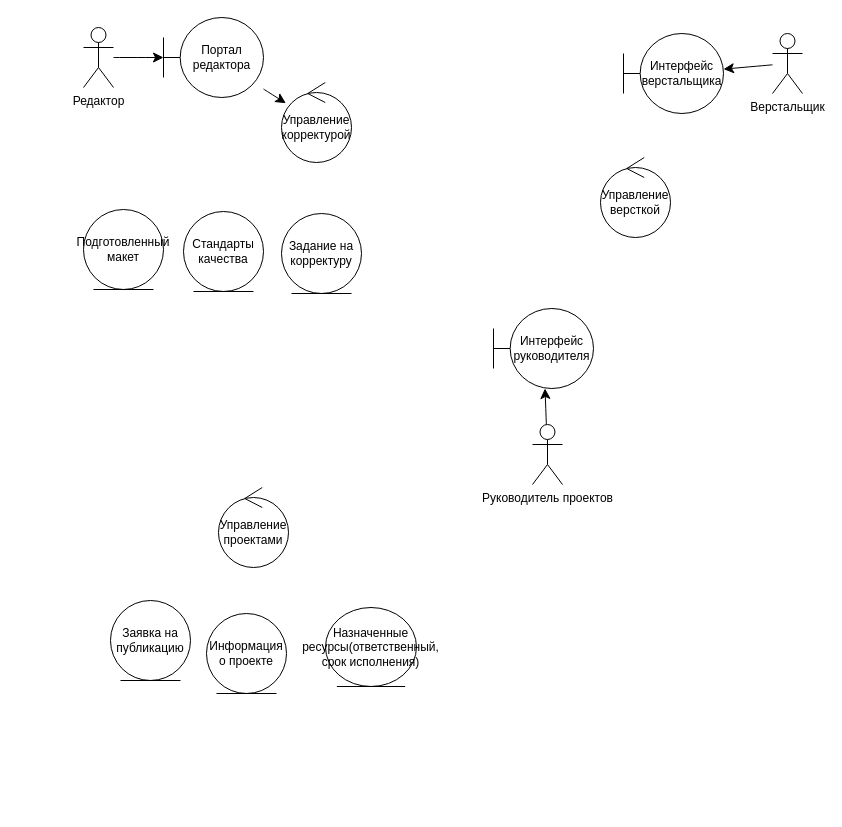
Before: ortps_4_0.drawio in danaddi/draw.io, a draw.io diagram. Source tidied: cells renumbered, new cells numbered last; positions are measured from the earlier drawing's top-left corner, leaving out a move shared by most shapes. Both pictures are drawn from the tidied source at 100%, with x=0, y=0 at pixel (83, 17).
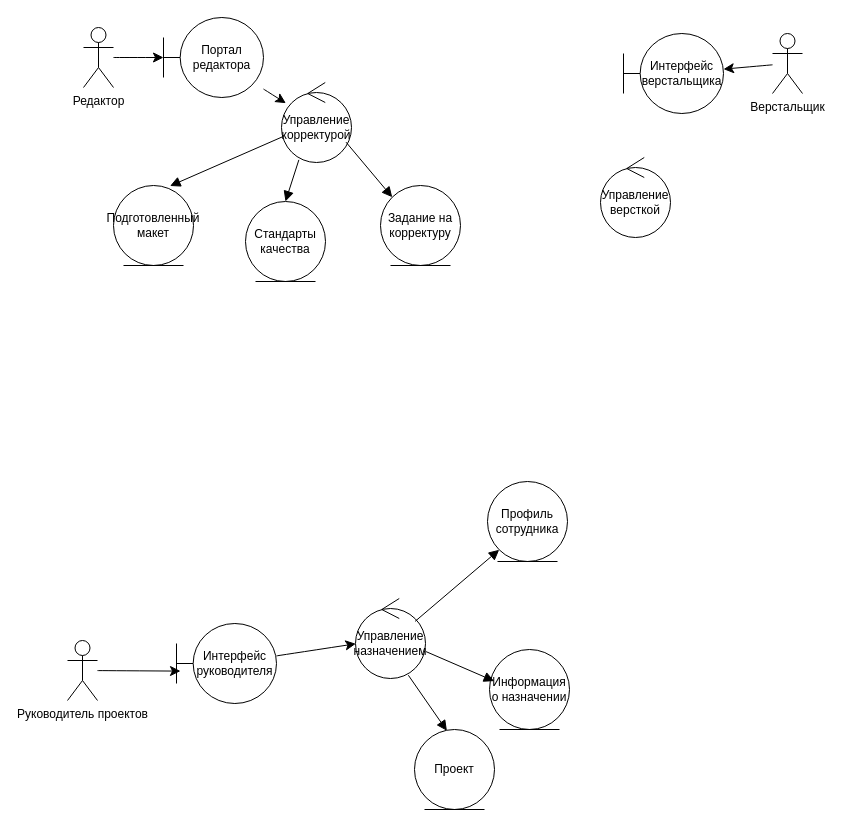
Above is the later version.

The change refers to these unchanged cells:
```xml
<mxCell id="16" value="Управление корректурой" style="ellipse;shape=umlControl;whiteSpace=wrap;html=1;" parent="1" vertex="1">
  <mxGeometry x="198" y="65" width="70" height="80" as="geometry" />
</mxCell>
```

Change to the diagram source:
```diff
@@
-    <mxCell id="2" value="Управление проектами" style="ellipse;shape=umlControl;whiteSpace=wrap;html=1;" parent="1" vertex="1">
-      <mxGeometry x="135" y="470" width="70" height="80" as="geometry" />
-    </mxCell>
@@
+    <mxCell id="21" style="edgeStyle=none;curved=1;rounded=0;jettySize=auto;html=1;fontSize=12;startSize=8;endSize=8;" parent="1" edge="1" source="5" target="25">
+      <mxGeometry relative="1" as="geometry" />
+    </mxCell>
     <mxCell id="5" value="Интерфейс руководителя" style="shape=umlBoundary;whiteSpace=wrap;html=1;" parent="1" vertex="1">
-      <mxGeometry x="410" y="291" width="100" height="80" as="geometry" />
+      <mxGeometry x="93" y="606" width="100" height="80" as="geometry" />
     </mxCell>
-    <mxCell id="6" value="Заявка на публикацию" style="ellipse;shape=umlEntity;whiteSpace=wrap;html=1;" parent="1" vertex="1">
-      <mxGeometry x="27" y="583" width="80" height="80" as="geometry" />
-    </mxCell>
-    <mxCell id="7" value="Информация о проекте" style="ellipse;shape=umlEntity;whiteSpace=wrap;html=1;" parent="1" vertex="1">
-      <mxGeometry x="123" y="596" width="80" height="80" as="geometry" />
-    </mxCell>
-    <mxCell id="8" value="Назначенные ресурсы(ответственный, срок исполнения)" style="ellipse;shape=umlEntity;whiteSpace=wrap;html=1;" parent="1" vertex="1">
-      <mxGeometry x="242" y="590" width="91" height="79" as="geometry" />
-    </mxCell>
@@
-    <mxCell id="13" style="edgeStyle=none;curved=1;rounded=0;jettySize=auto;html=1;fontSize=12;startSize=8;endSize=8;" parent="1" edge="1" source="14" target="5">
+    <mxCell id="13" style="edgeStyle=none;curved=1;rounded=0;jettySize=auto;html=1;fontSize=12;startSize=8;endSize=8;entryX=0.04;entryY=0.595;entryDx=0;entryDy=0;entryPerimeter=0;" parent="1" edge="1" source="14" target="5">
       <mxGeometry relative="1" as="geometry" />
     </mxCell>
     <mxCell id="14" value="Руководитель проектов" style="shape=umlActor;verticalLabelPosition=bottom;verticalAlign=top;html=1;" parent="1" vertex="1">
-      <mxGeometry x="449" y="407" width="30" height="60" as="geometry" />
+      <mxGeometry x="-16" y="623" width="30" height="60" as="geometry" />
     </mxCell>
@@
     <mxCell id="18" value="Стандарты качества" style="ellipse;shape=umlEntity;whiteSpace=wrap;html=1;" parent="1" vertex="1">
-      <mxGeometry x="100" y="194" width="80" height="80" as="geometry" />
+      <mxGeometry x="162" y="184" width="80" height="80" as="geometry" />
     </mxCell>
     <mxCell id="19" value="Подготовленный макет" style="ellipse;shape=umlEntity;whiteSpace=wrap;html=1;" parent="1" vertex="1">
-      <mxGeometry y="192" width="80" height="80" as="geometry" />
+      <mxGeometry x="30" y="168" width="80" height="80" as="geometry" />
     </mxCell>
     <mxCell id="20" value="Задание на корректуру" style="ellipse;shape=umlEntity;whiteSpace=wrap;html=1;" parent="1" vertex="1">
-      <mxGeometry x="198" y="196" width="80" height="80" as="geometry" />
+      <mxGeometry x="297" y="168" width="80" height="80" as="geometry" />
     </mxCell>
+    <mxCell id="22" style="endArrow=block;endFill=1;html=1;align=left;verticalAlign=top;rounded=0;fontSize=12;startSize=8;endSize=8;exitX=0.922;exitY=0.746;exitDx=0;exitDy=0;exitPerimeter=0;entryX=0;entryY=0;entryDx=0;entryDy=0;" parent="1" edge="1" source="16" target="20">
+      <mxGeometry x="-1" relative="1" as="geometry" />
+    </mxCell>
+    <mxCell id="23" style="endArrow=block;endFill=1;html=1;align=left;verticalAlign=top;rounded=0;fontSize=12;startSize=8;endSize=8;exitX=0.248;exitY=0.967;exitDx=0;exitDy=0;exitPerimeter=0;entryX=0.5;entryY=0;entryDx=0;entryDy=0;" parent="1" edge="1" source="16" target="18">
+      <mxGeometry x="-1" relative="1" as="geometry" />
+    </mxCell>
+    <mxCell id="24" style="endArrow=block;endFill=1;html=1;align=left;verticalAlign=top;rounded=0;fontSize=12;startSize=8;endSize=8;exitX=0.032;exitY=0.672;exitDx=0;exitDy=0;exitPerimeter=0;entryX=0.707;entryY=0.006;entryDx=0;entryDy=0;entryPerimeter=0;" parent="1" edge="1" source="16" target="19">
+      <mxGeometry x="-1" relative="1" as="geometry" />
+    </mxCell>
+    <mxCell id="25" value="Управление назначением" style="ellipse;shape=umlControl;whiteSpace=wrap;html=1;" parent="1" vertex="1">
+      <mxGeometry x="272" y="581" width="70" height="80" as="geometry" />
+    </mxCell>
+    <mxCell id="26" value="Информация о назначении" style="ellipse;shape=umlEntity;whiteSpace=wrap;html=1;" parent="1" vertex="1">
+      <mxGeometry x="406" y="632" width="80" height="80" as="geometry" />
+    </mxCell>
+    <mxCell id="27" value="Проект" style="ellipse;shape=umlEntity;whiteSpace=wrap;html=1;" parent="1" vertex="1">
+      <mxGeometry x="331" y="712" width="80" height="80" as="geometry" />
+    </mxCell>
+    <mxCell id="28" style="endArrow=block;endFill=1;html=1;align=left;verticalAlign=top;rounded=0;fontSize=12;startSize=8;endSize=8;exitX=1.008;exitY=0.664;exitDx=0;exitDy=0;exitPerimeter=0;entryX=0.059;entryY=0.395;entryDx=0;entryDy=0;entryPerimeter=0;" parent="1" edge="1" source="25" target="26">
+      <mxGeometry x="-1" relative="1" as="geometry" />
+    </mxCell>
+    <mxCell id="29" style="endArrow=block;endFill=1;html=1;align=left;verticalAlign=top;rounded=0;fontSize=12;startSize=8;endSize=8;exitX=0.755;exitY=0.959;exitDx=0;exitDy=0;exitPerimeter=0;entryX=0.405;entryY=0.016;entryDx=0;entryDy=0;entryPerimeter=0;" parent="1" edge="1" source="25" target="27">
+      <mxGeometry x="-1" relative="1" as="geometry" />
+    </mxCell>
+    <mxCell id="30" value="Профиль сотрудника" style="ellipse;shape=umlEntity;whiteSpace=wrap;html=1;" parent="1" vertex="1">
+      <mxGeometry x="404" y="464" width="80" height="80" as="geometry" />
+    </mxCell>
+    <mxCell id="31" style="endArrow=block;endFill=1;html=1;align=left;verticalAlign=top;rounded=0;fontSize=12;startSize=8;endSize=8;exitX=0.851;exitY=0.286;exitDx=0;exitDy=0;exitPerimeter=0;entryX=0;entryY=1;entryDx=0;entryDy=0;" parent="1" edge="1" source="25" target="30">
+      <mxGeometry x="-1" relative="1" as="geometry" />
+    </mxCell>
```
